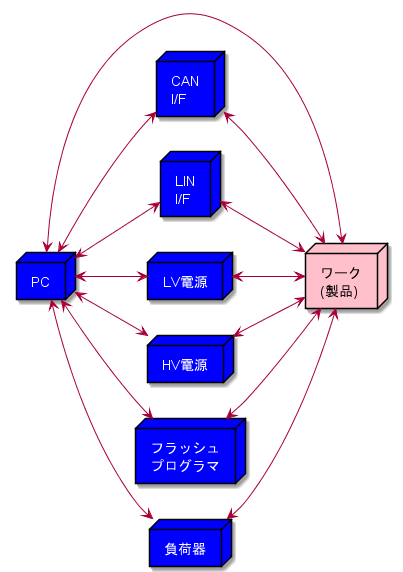
This is out/PlantUML/UMCH/通電検査構成/通電検査構成.png from yoshijss/Docs, a PlantUML export, as it was before one commit. Source of this version:
```plantuml
@startuml

left to right direction

node PC as pc #blue;text:white
node "ワーク\n(製品)" as work #pink
pc <--> work

node "CAN\nI/F" as can #blue;text:white
pc <--> can
can <--> work

node "LIN\nI/F" as lin #blue;text:white
pc <--> lin
lin <--> work

node "LV電源" as lv #blue;text:white
pc <--> lv
lv <--> work

node "HV電源" as hv #blue;text:white
pc <--> hv
hv <--> work

node "フラッシュ\nプログラマ" as flash #blue;text:white
pc <--> flash
flash <--> work

node "負荷器" as reg #blue;text:white
pc <--> reg
reg <--> work

@enduml
```
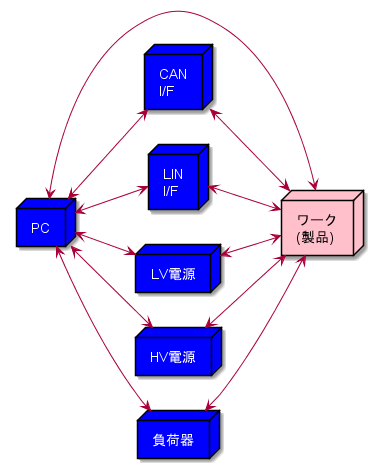
The same diagram one commit later.

What changed in the source:
```diff
@@ -22,10 +22,6 @@
 pc <--> hv
 hv <--> work
 
-node "フラッシュ\nプログラマ" as flash #blue;text:white
-pc <--> flash
-flash <--> work
-
 node "負荷器" as reg #blue;text:white
 pc <--> reg
 reg <--> work
```
